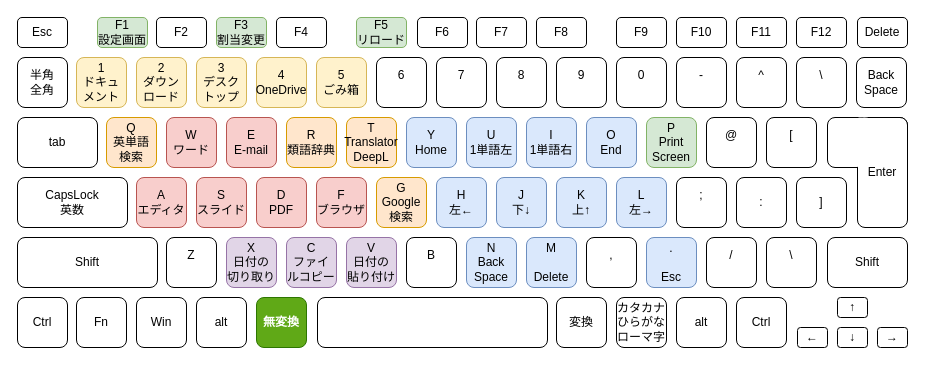
Above: page "keyboard" (1 of 2) of img/keyboard.drawio in kimushun1101/muhenkan-switch (draw.io), before the change. Source tidied: cells renumbered, new cells numbered last; positions are measured from the earlier drawing's top-left corner, leaving out a move shared by most shapes. Both pictures are drawn from the tidied source at 100%, with x=0, y=0 at pixel (17, 17).
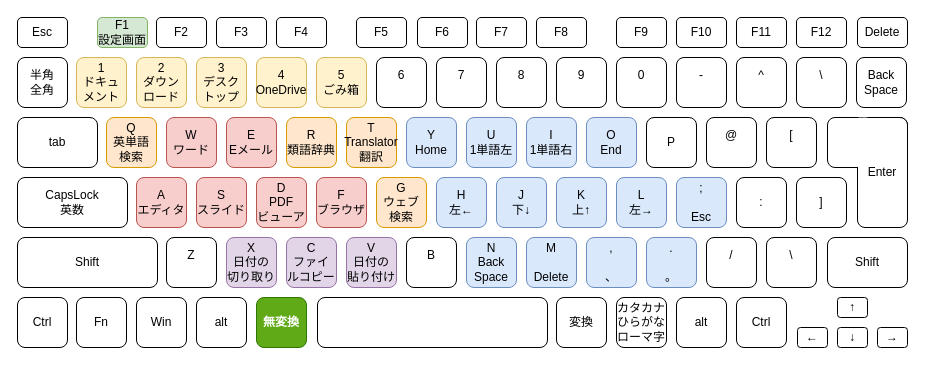
Above is the later version.

The edit, as a diff of the source:
```diff
@@
-    <mxCell id="4" value="D&lt;br&gt;PDF" style="rounded=1;whiteSpace=wrap;html=1;fillColor=#f8cecc;strokeColor=#b85450;" parent="1" vertex="1">
+    <mxCell id="4" value="D&lt;br&gt;PDF&lt;br&gt;ビューア" style="rounded=1;whiteSpace=wrap;html=1;fillColor=#f8cecc;strokeColor=#b85450;" parent="1" vertex="1">
       <mxGeometry x="239" y="160" width="50" height="50" as="geometry" />
     </mxCell>
@@
-    <mxCell id="10" value="G&lt;br&gt;Google&lt;br&gt;検索" style="rounded=1;whiteSpace=wrap;html=1;fillColor=#ffe6cc;strokeColor=#d79b00;" parent="1" vertex="1">
+    <mxCell id="10" value="G&lt;br&gt;ウェブ&lt;br&gt;検索" style="rounded=1;whiteSpace=wrap;html=1;fillColor=#ffe6cc;strokeColor=#d79b00;" parent="1" vertex="1">
       <mxGeometry x="359" y="160" width="50" height="50" as="geometry" />
     </mxCell>
-    <mxCell id="11" value="T&lt;br&gt;Translator&lt;br&gt;DeepL" style="rounded=1;whiteSpace=wrap;html=1;fillColor=#ffe6cc;strokeColor=#d79b00;" parent="1" vertex="1">
+    <mxCell id="11" value="T&lt;br&gt;Translator&lt;br&gt;翻訳" style="rounded=1;whiteSpace=wrap;html=1;fillColor=#ffe6cc;strokeColor=#d79b00;" parent="1" vertex="1">
       <mxGeometry x="329" y="100" width="50" height="50" as="geometry" />
     </mxCell>
@@
-    <mxCell id="13" value="E&lt;br&gt;E-mail" style="rounded=1;whiteSpace=wrap;html=1;fillColor=#f8cecc;strokeColor=#b85450;" parent="1" vertex="1">
+    <mxCell id="13" value="E&lt;br&gt;Eメール" style="rounded=1;whiteSpace=wrap;html=1;fillColor=#f8cecc;strokeColor=#b85450;" parent="1" vertex="1">
       <mxGeometry x="209" y="100" width="50" height="50" as="geometry" />
     </mxCell>
@@
-    <mxCell id="27" value=",&lt;br&gt;&lt;br&gt;" style="rounded=1;whiteSpace=wrap;html=1;" parent="1" vertex="1">
+    <mxCell id="27" value=",&lt;br&gt;&lt;br&gt;、" style="rounded=1;whiteSpace=wrap;html=1;fillColor=#dae8fc;strokeColor=#6c8ebf;" parent="1" vertex="1">
       <mxGeometry x="569" y="220" width="50" height="50" as="geometry" />
     </mxCell>
-    <mxCell id="28" value=".&lt;br style=&quot;border-color: var(--border-color);&quot;&gt;&lt;br style=&quot;border-color: var(--border-color);&quot;&gt;Esc" style="rounded=1;whiteSpace=wrap;html=1;fillColor=#dae8fc;strokeColor=#6c8ebf;" parent="1" vertex="1">
+    <mxCell id="28" value=".&lt;br style=&quot;border-color: var(--border-color);&quot;&gt;&lt;br style=&quot;border-color: var(--border-color);&quot;&gt;。" style="rounded=1;whiteSpace=wrap;html=1;fillColor=#dae8fc;strokeColor=#6c8ebf;" parent="1" vertex="1">
       <mxGeometry x="629" y="220" width="50" height="50" as="geometry" />
     </mxCell>
-    <mxCell id="29" value=";&lt;br&gt;&lt;br&gt;" style="rounded=1;whiteSpace=wrap;html=1;" parent="1" vertex="1">
+    <mxCell id="29" value=";&lt;br&gt;&lt;br style=&quot;border-color: var(--border-color);&quot;&gt;Esc" style="rounded=1;whiteSpace=wrap;html=1;fillColor=#dae8fc;strokeColor=#6c8ebf;" parent="1" vertex="1">
       <mxGeometry x="659" y="160" width="50" height="50" as="geometry" />
     </mxCell>
-    <mxCell id="30" value="P&lt;br&gt;Print&lt;br&gt;Screen" style="rounded=1;whiteSpace=wrap;html=1;fillColor=#d5e8d4;strokeColor=#82b366;" parent="1" vertex="1">
+    <mxCell id="30" value="P&lt;br&gt;" style="rounded=1;whiteSpace=wrap;html=1;" parent="1" vertex="1">
       <mxGeometry x="629" y="100" width="50" height="50" as="geometry" />
     </mxCell>
@@
-    <mxCell id="41" value="F5&lt;br&gt;リロード" style="rounded=1;whiteSpace=wrap;html=1;fillColor=#d5e8d4;strokeColor=#82b366;" parent="1" vertex="1">
+    <mxCell id="41" value="F5" style="rounded=1;whiteSpace=wrap;html=1;" parent="1" vertex="1">
       <mxGeometry x="339" width="50" height="30" as="geometry" />
     </mxCell>
@@
-    <mxCell id="43" value="F3&lt;br&gt;割当変更" style="rounded=1;whiteSpace=wrap;html=1;fillColor=#d5e8d4;strokeColor=#82b366;" parent="1" vertex="1">
+    <mxCell id="43" value="F3" style="rounded=1;whiteSpace=wrap;html=1;" parent="1" vertex="1">
       <mxGeometry x="199" width="50" height="30" as="geometry" />
     </mxCell>
```
